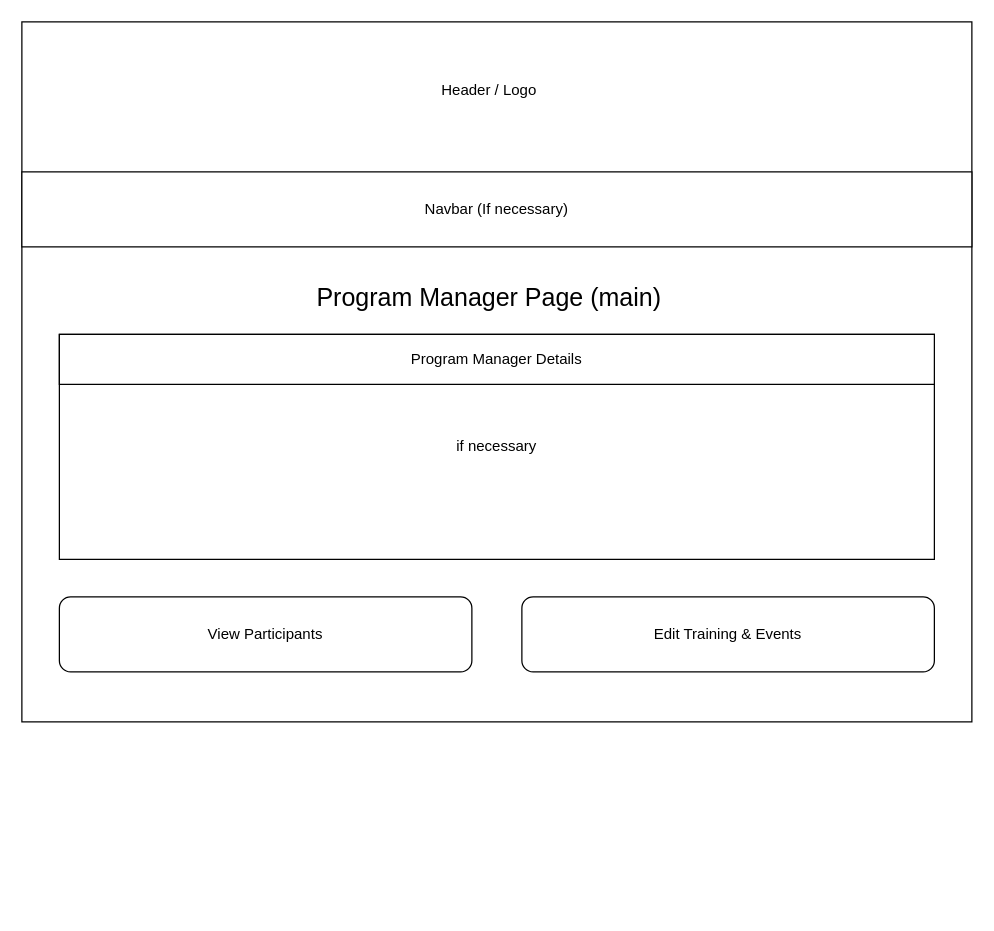
This is page "PM (main view)" (2 of 4) of Documentation/ScreenDesign.drawio from frostyseb/ITDP, a draw.io file, before an edit. Source tidied: cells renumbered, new cells numbered last; positions are measured from the earlier drawing's top-left corner, leaving out a move shared by most shapes. Both pictures are drawn from the tidied source at 125%, with x=0, y=0 at pixel (21, 21).
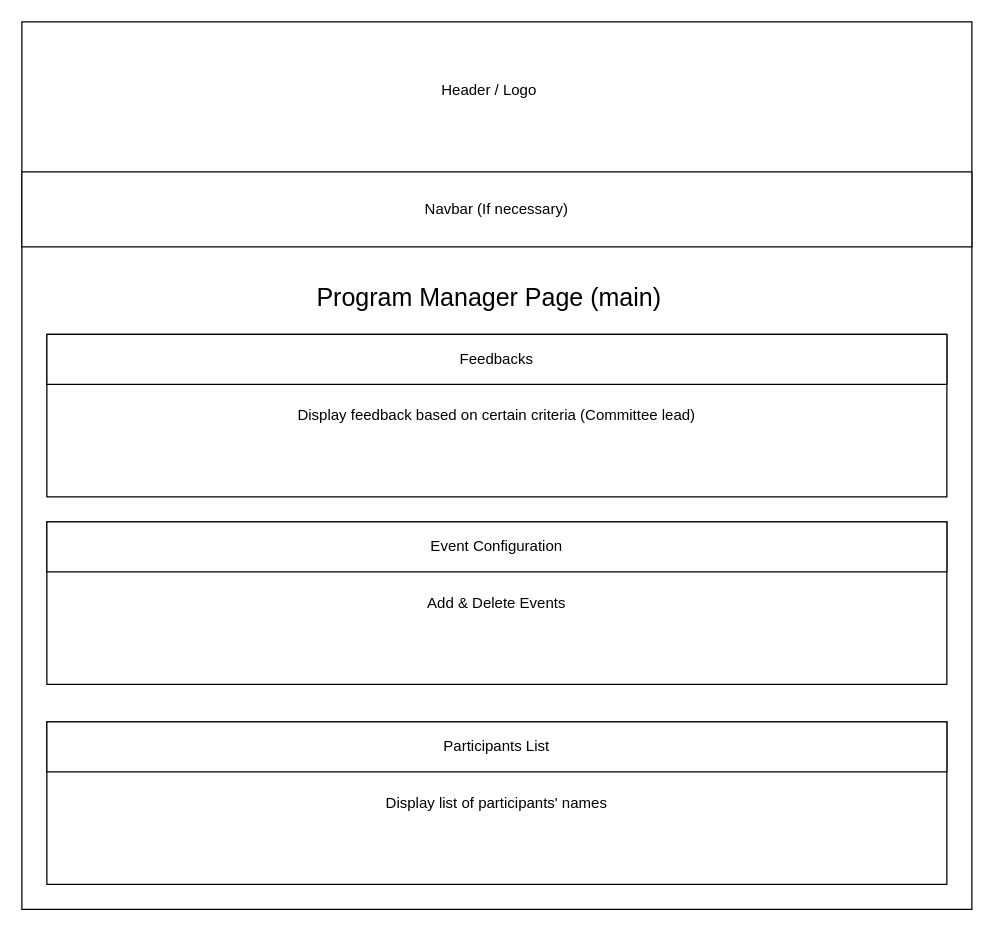
Above is the later version.

Diff of the diagram source:
```diff
@@
 <mxGraphModel>
   <root>
     <mxCell id="0" />
     <mxCell id="1" parent="0" />
     <mxCell id="2" style="rounded=0;whiteSpace=wrap;html=1;" parent="1" vertex="1">
-      <mxGeometry width="760" height="560" as="geometry" />
+      <mxGeometry width="760" height="710" as="geometry" />
     </mxCell>
     <mxCell id="3" style="rounded=0;whiteSpace=wrap;html=1;" parent="1" vertex="1">
       <mxGeometry y="120" width="760" height="60" as="geometry" />
     </mxCell>
     <mxCell id="4" value="Header / Logo" style="text;html=1;strokeColor=none;fillColor=none;align=center;verticalAlign=middle;whiteSpace=wrap;rounded=0;" parent="1" vertex="1">
       <mxGeometry x="306" y="30" width="136" height="50" as="geometry" />
     </mxCell>
     <mxCell id="5" value="Navbar (If necessary)" style="text;html=1;strokeColor=none;fillColor=none;align=center;verticalAlign=middle;whiteSpace=wrap;rounded=0;" parent="1" vertex="1">
       <mxGeometry x="312" y="140" width="136" height="20" as="geometry" />
     </mxCell>
     <mxCell id="6" value="&lt;font style=&quot;font-size: 20px&quot;&gt;Program Manager Page (main)&lt;br&gt;&lt;/font&gt;" style="text;html=1;strokeColor=none;fillColor=none;align=center;verticalAlign=middle;whiteSpace=wrap;rounded=0;" parent="1" vertex="1">
       <mxGeometry x="190" y="190" width="368" height="60" as="geometry" />
     </mxCell>
-    <mxCell id="7" value="View Participants" style="rounded=1;whiteSpace=wrap;html=1;" parent="1" vertex="1">
-      <mxGeometry x="30" y="460" width="330" height="60" as="geometry" />
-    </mxCell>
-    <mxCell id="8" value="if necessary" style="rounded=0;whiteSpace=wrap;html=1;" parent="1" vertex="1">
-      <mxGeometry x="30" y="250" width="700" height="180" as="geometry" />
-    </mxCell>
-    <mxCell id="9" value="Program Manager Details" style="rounded=0;whiteSpace=wrap;html=1;" parent="1" vertex="1">
-      <mxGeometry x="30" y="250" width="700" height="40" as="geometry" />
-    </mxCell>
-    <mxCell id="10" value="Edit Training &amp;amp; Events" style="rounded=1;whiteSpace=wrap;html=1;" parent="1" vertex="1">
-      <mxGeometry x="400" y="460" width="330" height="60" as="geometry" />
-    </mxCell>
+    <mxCell id="11" value="Display feedback based on certain criteria (Committee lead)" style="rounded=0;whiteSpace=wrap;html=1;" parent="1" vertex="1">
+      <mxGeometry x="20" y="250" width="720" height="130" as="geometry" />
+    </mxCell>
+    <mxCell id="12" value="Feedbacks" style="rounded=0;whiteSpace=wrap;html=1;" parent="1" vertex="1">
+      <mxGeometry x="20" y="250" width="720" height="40" as="geometry" />
+    </mxCell>
+    <mxCell id="13" value="Add &amp;amp; Delete Events" style="rounded=0;whiteSpace=wrap;html=1;" parent="1" vertex="1">
+      <mxGeometry x="20" y="400" width="720" height="130" as="geometry" />
+    </mxCell>
+    <mxCell id="14" value="Event Configuration" style="rounded=0;whiteSpace=wrap;html=1;" parent="1" vertex="1">
+      <mxGeometry x="20" y="400" width="720" height="40" as="geometry" />
+    </mxCell>
+    <mxCell id="15" value="Display list of participants' names" style="rounded=0;whiteSpace=wrap;html=1;" parent="1" vertex="1">
+      <mxGeometry x="20" y="560" width="720" height="130" as="geometry" />
+    </mxCell>
+    <mxCell id="16" value="Participants List" style="rounded=0;whiteSpace=wrap;html=1;" parent="1" vertex="1">
+      <mxGeometry x="20" y="560" width="720" height="40" as="geometry" />
+    </mxCell>
   </root>
 </mxGraphModel>
```
